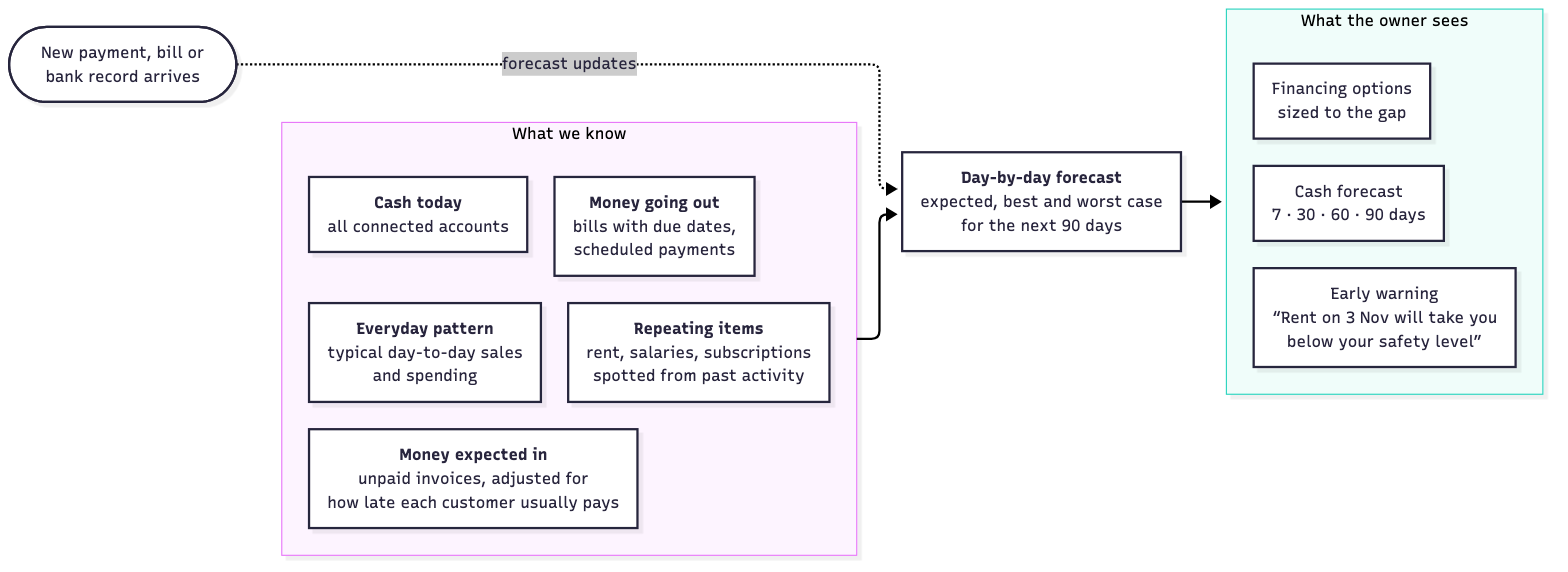
Earlier version of the Mermaid export docs/diagrams/cash-forecast.png (Rayaan-office/Fintech-2026). Its source is kept beside it as docs/diagrams/cash-forecast.mmd. The source it was exported from:
```mermaid
%%{init: {"flowchart": {"wrappingWidth": 260}}}%%
flowchart LR
  subgraph IN["What we know"]
    direction TB
    B["<b>Cash today</b><br/>all connected accounts"]
    I["<b>Money expected in</b><br/>unpaid invoices, adjusted for<br/>how late each customer usually pays"]
    O["<b>Money going out</b><br/>bills with due dates,<br/>scheduled payments"]
    R["<b>Repeating items</b><br/>rent, salaries, subscriptions<br/>spotted from past activity"]
    P["<b>Everyday pattern</b><br/>typical day-to-day sales<br/>and spending"]
  end
  F["<b>Day-by-day forecast</b><br/>expected, best and worst case<br/>for the next 90 days"]
  subgraph OUT["What the owner sees"]
    direction TB
    C["Cash forecast<br/>7 · 30 · 60 · 90 days"]
    W["Early warning<br/>“Rent on 3 Nov will take you<br/>below your safety level”"]
    FIN["Financing options<br/>sized to the gap"]
  end
  IN --> F --> OUT
  N(["New payment, bill or<br/>bank record arrives"]) -. "forecast updates" .-> F
```
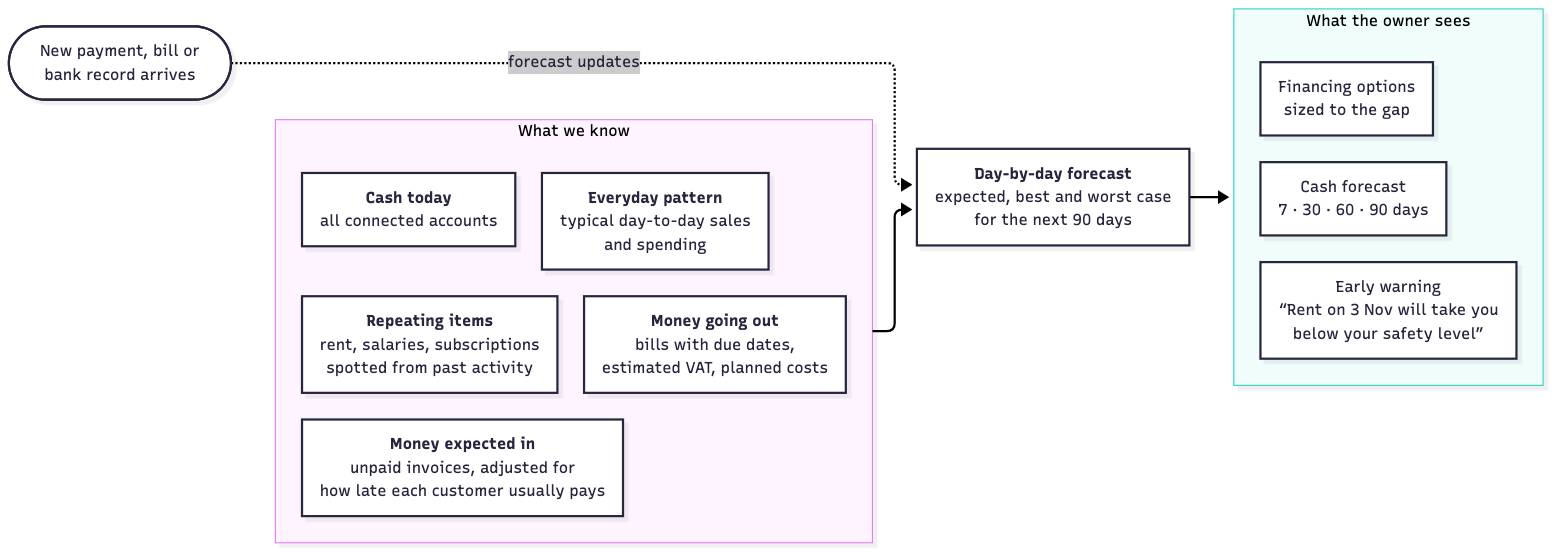
Later version of the same file.

Change to the diagram source:
```diff
@@ -4,7 +4,7 @@
     direction TB
     B["<b>Cash today</b><br/>all connected accounts"]
     I["<b>Money expected in</b><br/>unpaid invoices, adjusted for<br/>how late each customer usually pays"]
-    O["<b>Money going out</b><br/>bills with due dates,<br/>scheduled payments"]
+    O["<b>Money going out</b><br/>bills with due dates,<br/>estimated VAT, planned costs"]
     R["<b>Repeating items</b><br/>rent, salaries, subscriptions<br/>spotted from past activity"]
     P["<b>Everyday pattern</b><br/>typical day-to-day sales<br/>and spending"]
   end
```
